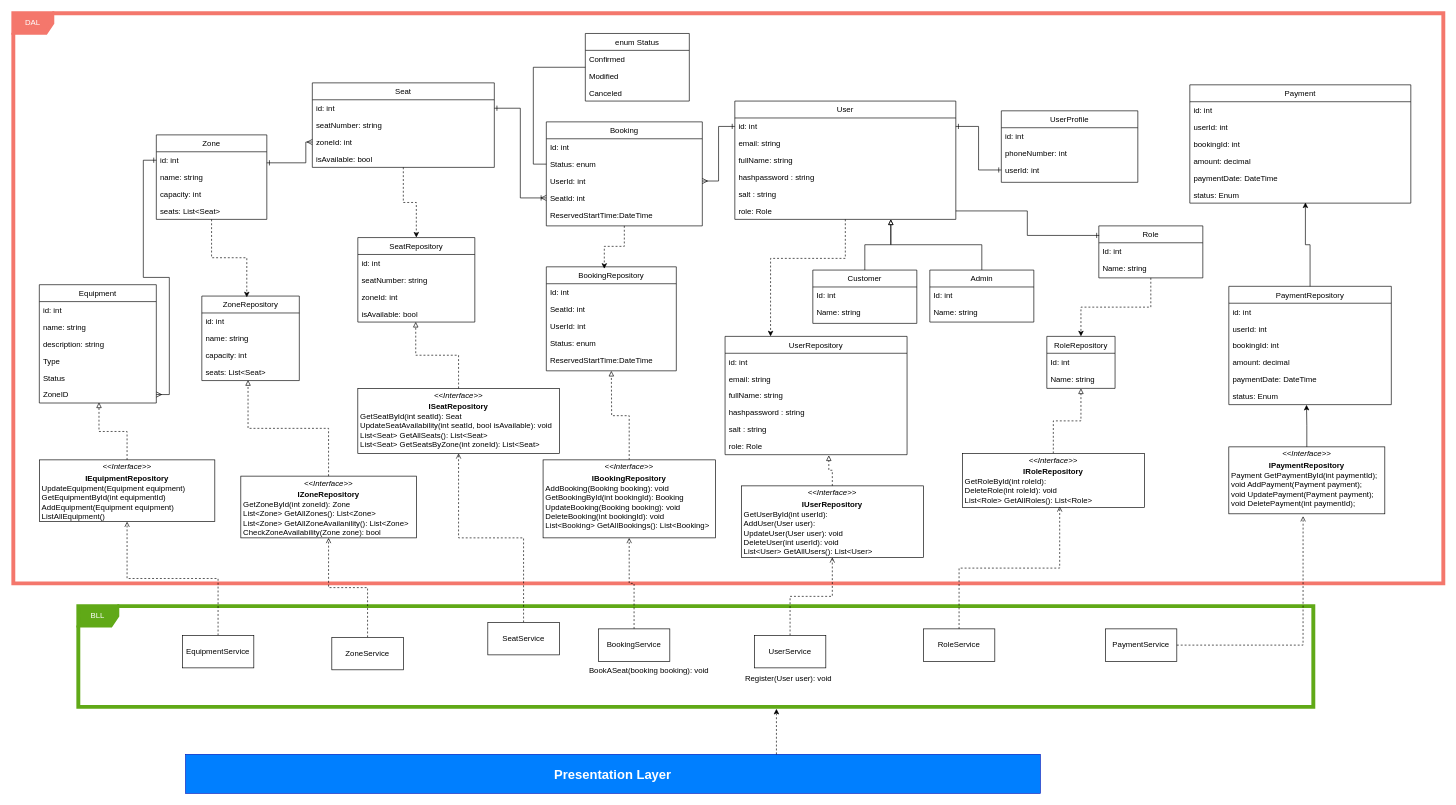
Before: Diagrams/UMLCopy.drawio in yelyzavetaB-y/CyberClub, a draw.io diagram. Source tidied: cells renumbered, new cells numbered last; positions are measured from the earlier drawing's top-left corner, leaving out a move shared by most shapes. Both pictures are drawn from the tidied source at 65%, with x=0, y=0 at pixel (13, 13).
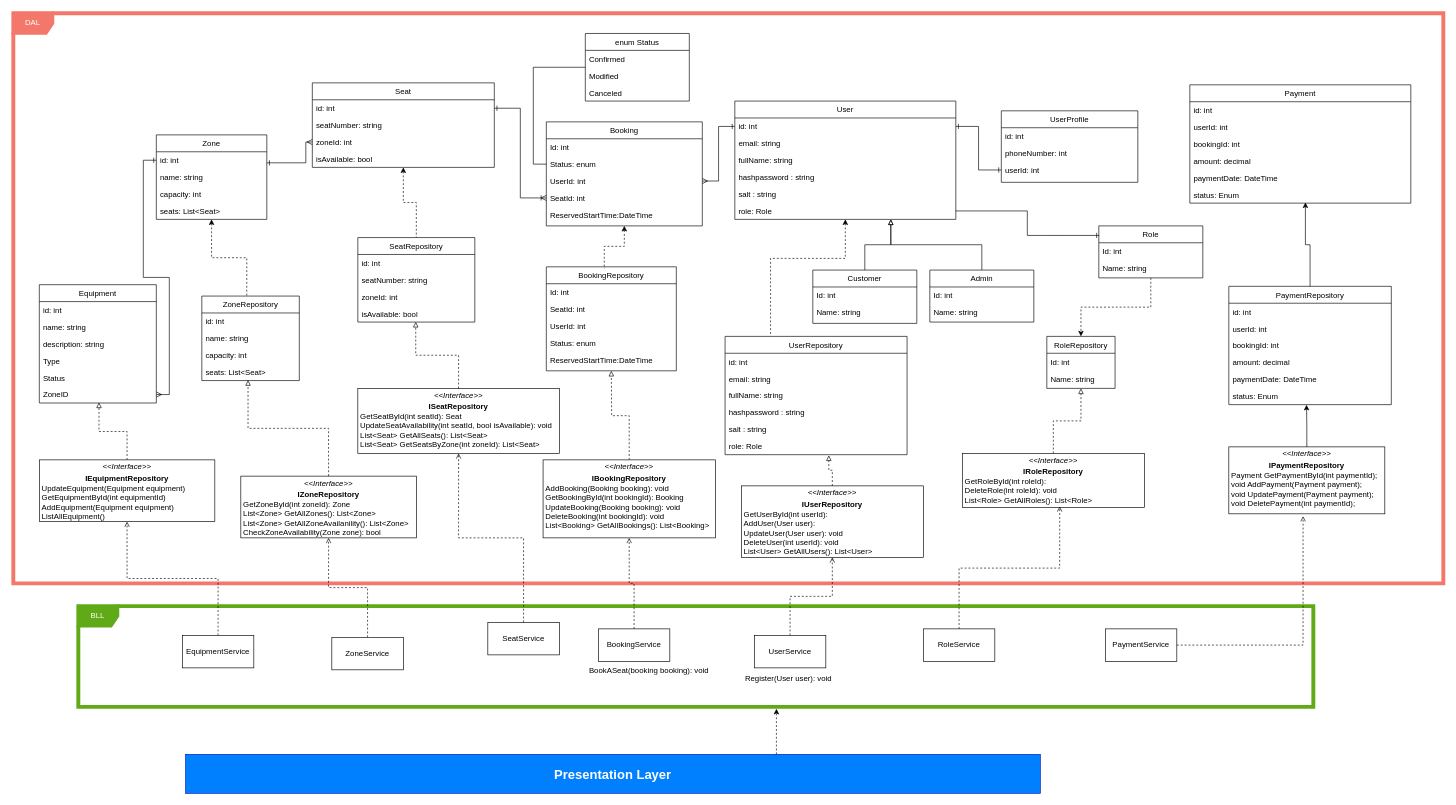
Above is the later version.

Unchanged cells that the change refers to:
```xml
<mxCell id="5" value="User" style="swimlane;fontStyle=0;align=center;verticalAlign=top;horizontal=1;startSize=26;rounded=0;shadow=0;strokeWidth=1;" parent="1" vertex="1">
  <mxGeometry x="1110" y="135" width="340" height="182" as="geometry" />
</mxCell>
<mxCell id="17" value="Seat" style="swimlane;fontStyle=0;align=center;verticalAlign=top;horizontal=1;startSize=26;rounded=0;shadow=0;strokeWidth=1;" parent="1" vertex="1">
  <mxGeometry x="460" y="107" width="280" height="130" as="geometry" />
</mxCell>
<mxCell id="23" value="Booking" style="swimlane;fontStyle=0;align=center;verticalAlign=top;horizontal=1;startSize=26;rounded=0;shadow=0;strokeWidth=1;" parent="1" vertex="1">
  <mxGeometry x="820" y="167" width="240" height="160" as="geometry" />
</mxCell>
<mxCell id="39" value="Zone" style="swimlane;fontStyle=0;align=center;verticalAlign=top;horizontal=1;startSize=26;rounded=0;shadow=0;strokeWidth=1;" parent="1" vertex="1">
  <mxGeometry x="220" y="187" width="170" height="130" as="geometry" />
</mxCell>
<mxCell id="49" value="UserRepository" style="swimlane;fontStyle=0;align=center;verticalAlign=top;horizontal=1;startSize=26;rounded=0;shadow=0;strokeWidth=1;" parent="1" vertex="1">
  <mxGeometry x="1095" y="497" width="280" height="182" as="geometry" />
</mxCell>
<mxCell id="56" value="SeatRepository" style="swimlane;fontStyle=0;align=center;verticalAlign=top;horizontal=1;startSize=26;rounded=0;shadow=0;strokeWidth=1;" parent="1" vertex="1">
  <mxGeometry x="530" y="345" width="180" height="130" as="geometry" />
</mxCell>
<mxCell id="61" value="BookingRepository" style="swimlane;fontStyle=0;align=center;verticalAlign=top;horizontal=1;startSize=26;rounded=0;shadow=0;strokeWidth=1;" parent="1" vertex="1">
  <mxGeometry x="820" y="390" width="200" height="160" as="geometry" />
</mxCell>
<mxCell id="70" value="ZoneRepository" style="swimlane;fontStyle=0;align=center;verticalAlign=top;horizontal=1;startSize=26;rounded=0;shadow=0;strokeWidth=1;" parent="1" vertex="1">
  <mxGeometry x="290" y="435" width="150" height="130" as="geometry" />
</mxCell>
```

Change to the diagram source:
```diff
@@
-    <mxCell id="4" style="edgeStyle=orthogonalEdgeStyle;rounded=0;jettySize=auto;html=1;entryX=0.25;entryY=0;entryDx=0;entryDy=0;dashed=1;" parent="1" edge="1" source="5" target="49">
+    <mxCell id="4" style="edgeStyle=orthogonalEdgeStyle;rounded=0;jettySize=auto;html=1;entryX=0.25;entryY=0;entryDx=0;entryDy=0;dashed=1;startArrow=classic;startFill=1;endArrow=none;endFill=0;" parent="1" edge="1" source="5" target="49">
       <mxGeometry relative="1" as="geometry">
         <Array as="points">
           <mxPoint x="1280" y="377" />
           <mxPoint x="1165" y="377" />
         </Array>
       </mxGeometry>
     </mxCell>
@@
-    <mxCell id="16" style="edgeStyle=orthogonalEdgeStyle;rounded=0;jettySize=auto;html=1;dashed=1;" parent="1" edge="1" source="17" target="56">
+    <mxCell id="16" style="edgeStyle=orthogonalEdgeStyle;rounded=0;jettySize=auto;html=1;dashed=1;startArrow=classic;startFill=1;endArrow=none;endFill=0;" parent="1" edge="1" source="17" target="56">
       <mxGeometry relative="1" as="geometry" />
     </mxCell>
@@
-    <mxCell id="97" style="edgeStyle=orthogonalEdgeStyle;rounded=0;jettySize=auto;html=1;entryX=0.461;entryY=0.015;entryDx=0;entryDy=0;entryPerimeter=0;dashed=1;" parent="1" edge="1" source="39" target="70">
+    <mxCell id="97" style="edgeStyle=orthogonalEdgeStyle;rounded=0;jettySize=auto;html=1;entryX=0.461;entryY=0.015;entryDx=0;entryDy=0;entryPerimeter=0;dashed=1;endArrow=none;endFill=0;startArrow=classic;startFill=1;" parent="1" edge="1" source="39" target="70">
       <mxGeometry relative="1" as="geometry" />
     </mxCell>
-    <mxCell id="98" style="edgeStyle=orthogonalEdgeStyle;rounded=0;jettySize=auto;html=1;dashed=1;entryX=0.446;entryY=0.019;entryDx=0;entryDy=0;entryPerimeter=0;" parent="1" edge="1" source="23" target="61">
+    <mxCell id="98" style="edgeStyle=orthogonalEdgeStyle;rounded=0;jettySize=auto;html=1;dashed=1;entryX=0.446;entryY=0.019;entryDx=0;entryDy=0;entryPerimeter=0;startArrow=classic;startFill=1;endArrow=none;endFill=0;" parent="1" edge="1" source="23" target="61">
       <mxGeometry relative="1" as="geometry" />
     </mxCell>
```
